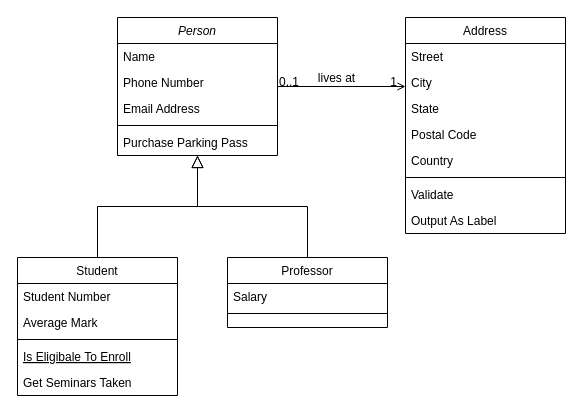
MuhdIrfanNoor/week2class-diagram keeps this draw.io diagram as Exercise1 classDiagram.drawio. Above is the earlier version. Source tidied: cells renumbered, new cells numbered last; positions are measured from the earlier drawing's top-left corner, leaving out a move shared by most shapes. Both pictures are drawn from the tidied source at 100%, with x=0, y=0 at pixel (17, 17).
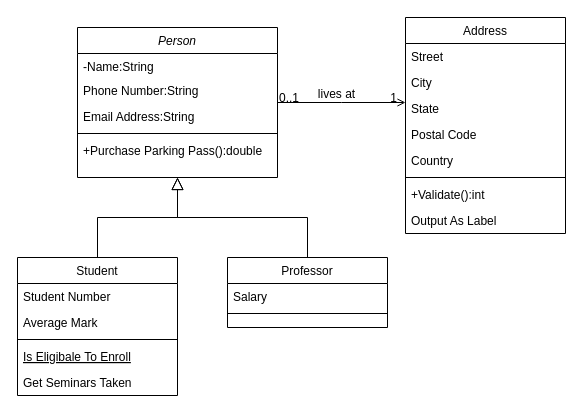
The same diagram, later.

Unchanged cells that the change refers to:
```xml
<mxCell id="19" value="Address" style="swimlane;fontStyle=0;align=center;verticalAlign=top;horizontal=1;startSize=26;rounded=0;shadow=0;strokeWidth=1;" parent="1" vertex="1">
  <mxGeometry x="388" width="160" height="216" as="geometry" />
</mxCell>
```

The edit, as a diff of the source:
```diff
@@
     <mxCell id="2" value="Person" style="swimlane;fontStyle=2;align=center;verticalAlign=top;horizontal=1;startSize=26;rounded=0;shadow=0;strokeWidth=1;" parent="1" vertex="1">
-      <mxGeometry x="100" width="160" height="138" as="geometry" />
+      <mxGeometry x="60" y="10" width="200" height="150" as="geometry" />
     </mxCell>
-    <mxCell id="3" value="Name" style="text;align=left;verticalAlign=top;spacingLeft=4;spacingRight=4;overflow=hidden;" parent="2" vertex="1">
-      <mxGeometry y="26" width="160" height="26" as="geometry" />
+    <mxCell id="3" value="-Name:String" style="text;align=left;verticalAlign=top;spacingLeft=4;spacingRight=4;overflow=hidden;" parent="2" vertex="1">
+      <mxGeometry y="26" width="200" height="24" as="geometry" />
     </mxCell>
-    <mxCell id="4" value="Phone Number" style="text;align=left;verticalAlign=top;spacingLeft=4;spacingRight=4;overflow=hidden;rounded=0;shadow=0;html=0;" parent="2" vertex="1">
-      <mxGeometry y="52" width="160" height="26" as="geometry" />
+    <mxCell id="4" value="Phone Number:String" style="text;align=left;verticalAlign=top;spacingLeft=4;spacingRight=4;overflow=hidden;rounded=0;shadow=0;html=0;" parent="2" vertex="1">
+      <mxGeometry y="50" width="200" height="26" as="geometry" />
     </mxCell>
-    <mxCell id="5" value="Email Address" style="text;align=left;verticalAlign=top;spacingLeft=4;spacingRight=4;overflow=hidden;rounded=0;shadow=0;html=0;" parent="2" vertex="1">
-      <mxGeometry y="78" width="160" height="26" as="geometry" />
+    <mxCell id="5" value="Email Address:String" style="text;align=left;verticalAlign=top;spacingLeft=4;spacingRight=4;overflow=hidden;rounded=0;shadow=0;html=0;" parent="2" vertex="1">
+      <mxGeometry y="76" width="200" height="26" as="geometry" />
     </mxCell>
     <mxCell id="6" style="line;html=1;strokeWidth=1;align=left;verticalAlign=middle;spacingTop=-1;spacingLeft=3;spacingRight=3;labelPosition=right;" parent="2" vertex="1">
-      <mxGeometry y="104" width="160" height="8" as="geometry" />
+      <mxGeometry y="102" width="200" height="8" as="geometry" />
     </mxCell>
-    <mxCell id="7" value="Purchase Parking Pass" style="text;align=left;verticalAlign=top;spacingLeft=4;spacingRight=4;overflow=hidden;" parent="2" vertex="1">
-      <mxGeometry y="112" width="160" height="26" as="geometry" />
+    <mxCell id="7" value="+Purchase Parking Pass():double" style="text;align=left;verticalAlign=top;spacingLeft=4;spacingRight=4;overflow=hidden;" parent="2" vertex="1">
+      <mxGeometry y="110" width="200" height="26" as="geometry" />
     </mxCell>
@@
-    <mxCell id="26" value="Validate" style="text;align=left;verticalAlign=top;spacingLeft=4;spacingRight=4;overflow=hidden;" parent="19" vertex="1">
+    <mxCell id="26" value="+Validate():int" style="text;align=left;verticalAlign=top;spacingLeft=4;spacingRight=4;overflow=hidden;" parent="19" vertex="1">
       <mxGeometry y="164" width="160" height="26" as="geometry" />
     </mxCell>
```
